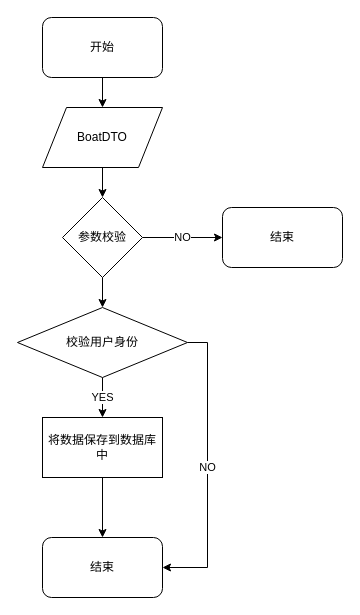
Earlier version of the draw.io diagram page "ç¬¬ 3 é¡µ" (3 of 3) of 添加地址流程图.drawio (nullbull/uml). Source tidied: cells renumbered, new cells numbered last; positions are measured from the earlier drawing's top-left corner, leaving out a move shared by most shapes. Both pictures are drawn from the tidied source at 100%, with x=0, y=0 at pixel (17, 17).
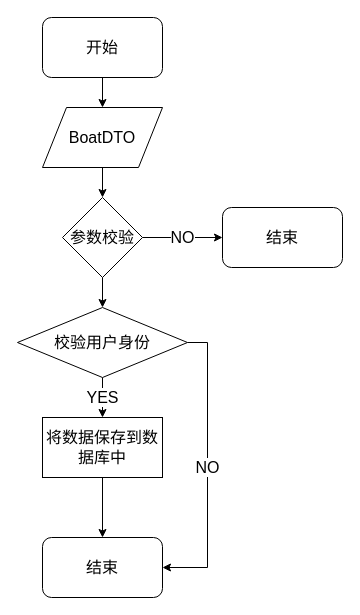
The same diagram, later.

Diff of the diagram source:
```diff
@@
 <mxGraphModel>
   <root>
     <mxCell id="0" />
     <mxCell id="1" parent="0" />
-    <mxCell id="2" style="edgeStyle=orthogonalEdgeStyle;rounded=0;jettySize=auto;html=1;exitX=0.5;exitY=1;exitDx=0;exitDy=0;" parent="1" edge="1" source="3" target="5">
+    <mxCell id="2" style="edgeStyle=orthogonalEdgeStyle;rounded=0;jettySize=auto;html=1;exitX=0.5;exitY=1;exitDx=0;exitDy=0;fontSize=16;" parent="1" edge="1" source="3" target="5">
       <mxGeometry relative="1" as="geometry" />
     </mxCell>
-    <mxCell id="3" value="开始" style="rounded=1;whiteSpace=wrap;html=1;" parent="1" vertex="1">
+    <mxCell id="3" value="开始" style="rounded=1;whiteSpace=wrap;html=1;fontSize=16;" parent="1" vertex="1">
       <mxGeometry x="25" width="120" height="60" as="geometry" />
     </mxCell>
-    <mxCell id="4" style="edgeStyle=orthogonalEdgeStyle;rounded=0;jettySize=auto;html=1;exitX=0.5;exitY=1;exitDx=0;exitDy=0;entryX=0.5;entryY=0;entryDx=0;entryDy=0;" parent="1" edge="1" source="5" target="7">
+    <mxCell id="4" style="edgeStyle=orthogonalEdgeStyle;rounded=0;jettySize=auto;html=1;exitX=0.5;exitY=1;exitDx=0;exitDy=0;entryX=0.5;entryY=0;entryDx=0;entryDy=0;fontSize=16;" parent="1" edge="1" source="5" target="7">
       <mxGeometry relative="1" as="geometry" />
     </mxCell>
-    <mxCell id="5" value="BoatDTO" style="shape=parallelogram;perimeter=parallelogramPerimeter;whiteSpace=wrap;html=1;" parent="1" vertex="1">
+    <mxCell id="5" value="BoatDTO" style="shape=parallelogram;perimeter=parallelogramPerimeter;whiteSpace=wrap;html=1;fontSize=16;" parent="1" vertex="1">
       <mxGeometry x="25" y="90" width="120" height="60" as="geometry" />
     </mxCell>
-    <mxCell id="6" value="NO" style="edgeStyle=orthogonalEdgeStyle;rounded=0;jettySize=auto;html=1;exitX=1;exitY=0.5;exitDx=0;exitDy=0;entryX=0;entryY=0.5;entryDx=0;entryDy=0;" parent="1" edge="1" source="7" target="8">
+    <mxCell id="6" value="NO" style="edgeStyle=orthogonalEdgeStyle;rounded=0;jettySize=auto;html=1;exitX=1;exitY=0.5;exitDx=0;exitDy=0;entryX=0;entryY=0.5;entryDx=0;entryDy=0;fontSize=16;" parent="1" edge="1" source="7" target="8">
       <mxGeometry relative="1" as="geometry" />
     </mxCell>
-    <mxCell id="7" value="参数校验" style="rhombus;whiteSpace=wrap;html=1;" parent="1" vertex="1">
+    <mxCell id="7" value="参数校验" style="rhombus;whiteSpace=wrap;html=1;fontSize=16;" parent="1" vertex="1">
       <mxGeometry x="45" y="180" width="80" height="80" as="geometry" />
     </mxCell>
-    <mxCell id="8" value="结束" style="rounded=1;whiteSpace=wrap;html=1;" parent="1" vertex="1">
+    <mxCell id="8" value="结束" style="rounded=1;whiteSpace=wrap;html=1;fontSize=16;" parent="1" vertex="1">
       <mxGeometry x="205" y="190" width="120" height="60" as="geometry" />
     </mxCell>
-    <mxCell id="9" style="edgeStyle=orthogonalEdgeStyle;rounded=0;jettySize=auto;html=1;" parent="1" edge="1" source="7" target="12">
+    <mxCell id="9" style="edgeStyle=orthogonalEdgeStyle;rounded=0;jettySize=auto;html=1;fontSize=16;" parent="1" edge="1" source="7" target="12">
       <mxGeometry relative="1" as="geometry" />
     </mxCell>
-    <mxCell id="10" value="YES&lt;br&gt;" style="edgeStyle=orthogonalEdgeStyle;rounded=0;jettySize=auto;html=1;exitX=0.5;exitY=1;exitDx=0;exitDy=0;" parent="1" edge="1" source="12" target="14">
+    <mxCell id="10" value="YES&lt;br style=&quot;font-size: 16px;&quot;&gt;" style="edgeStyle=orthogonalEdgeStyle;rounded=0;jettySize=auto;html=1;exitX=0.5;exitY=1;exitDx=0;exitDy=0;fontSize=16;" parent="1" edge="1" source="12" target="14">
       <mxGeometry relative="1" as="geometry" />
     </mxCell>
-    <mxCell id="11" value="NO" style="edgeStyle=orthogonalEdgeStyle;rounded=0;jettySize=auto;html=1;exitX=1;exitY=0.5;exitDx=0;exitDy=0;entryX=1;entryY=0.5;entryDx=0;entryDy=0;" parent="1" edge="1" source="12" target="15">
+    <mxCell id="11" value="NO" style="edgeStyle=orthogonalEdgeStyle;rounded=0;jettySize=auto;html=1;exitX=1;exitY=0.5;exitDx=0;exitDy=0;entryX=1;entryY=0.5;entryDx=0;entryDy=0;fontSize=16;" parent="1" edge="1" source="12" target="15">
       <mxGeometry relative="1" as="geometry" />
     </mxCell>
-    <mxCell id="12" value="校验用户身份" style="rhombus;whiteSpace=wrap;html=1;" parent="1" vertex="1">
+    <mxCell id="12" value="校验用户身份" style="rhombus;whiteSpace=wrap;html=1;fontSize=16;" parent="1" vertex="1">
       <mxGeometry y="290" width="170" height="70" as="geometry" />
     </mxCell>
-    <mxCell id="13" style="edgeStyle=orthogonalEdgeStyle;rounded=0;jettySize=auto;html=1;exitX=0.5;exitY=1;exitDx=0;exitDy=0;entryX=0.5;entryY=0;entryDx=0;entryDy=0;" parent="1" edge="1" source="14" target="15">
+    <mxCell id="13" style="edgeStyle=orthogonalEdgeStyle;rounded=0;jettySize=auto;html=1;exitX=0.5;exitY=1;exitDx=0;exitDy=0;entryX=0.5;entryY=0;entryDx=0;entryDy=0;fontSize=16;" parent="1" edge="1" source="14" target="15">
       <mxGeometry relative="1" as="geometry" />
     </mxCell>
-    <mxCell id="14" value="将数据保存到数据库中" style="rounded=0;whiteSpace=wrap;html=1;" parent="1" vertex="1">
+    <mxCell id="14" value="将数据保存到数据库中" style="rounded=0;whiteSpace=wrap;html=1;fontSize=16;" parent="1" vertex="1">
       <mxGeometry x="25" y="400" width="120" height="60" as="geometry" />
     </mxCell>
-    <mxCell id="15" value="结束" style="rounded=1;whiteSpace=wrap;html=1;" parent="1" vertex="1">
+    <mxCell id="15" value="结束" style="rounded=1;whiteSpace=wrap;html=1;fontSize=16;" parent="1" vertex="1">
       <mxGeometry x="25" y="520" width="120" height="60" as="geometry" />
     </mxCell>
   </root>
 </mxGraphModel>
```
